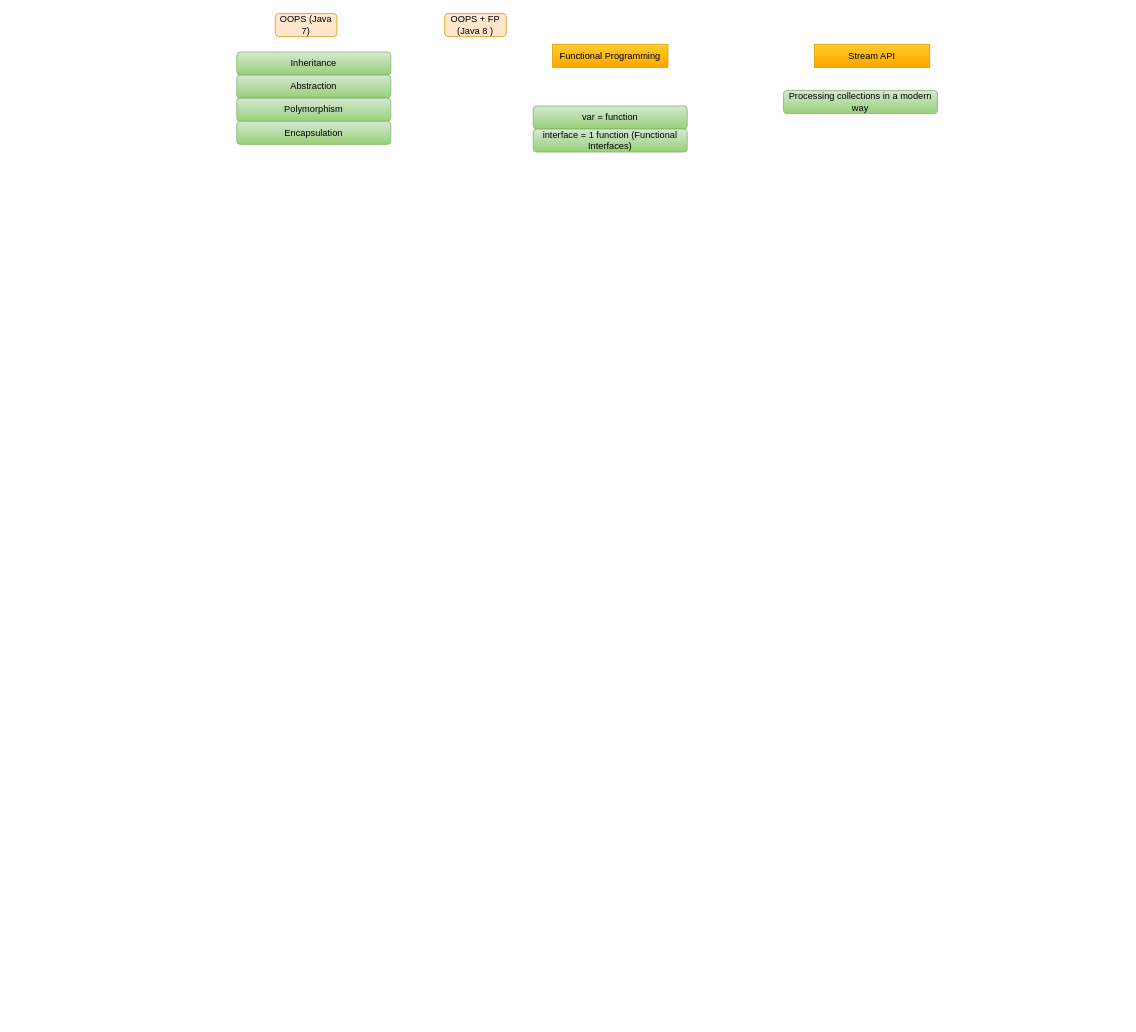
The draw.io diagram page "java 8" (11 of 11) of java/diagrams/java-workflow.drawio in aukokyong/jfs-master, before the edit. Source tidied: cells renumbered, new cells numbered last; positions are measured from the earlier drawing's top-left corner, leaving out a move shared by most shapes. Both pictures are drawn from the tidied source at 77%, with x=0, y=0 at pixel (236, 13).
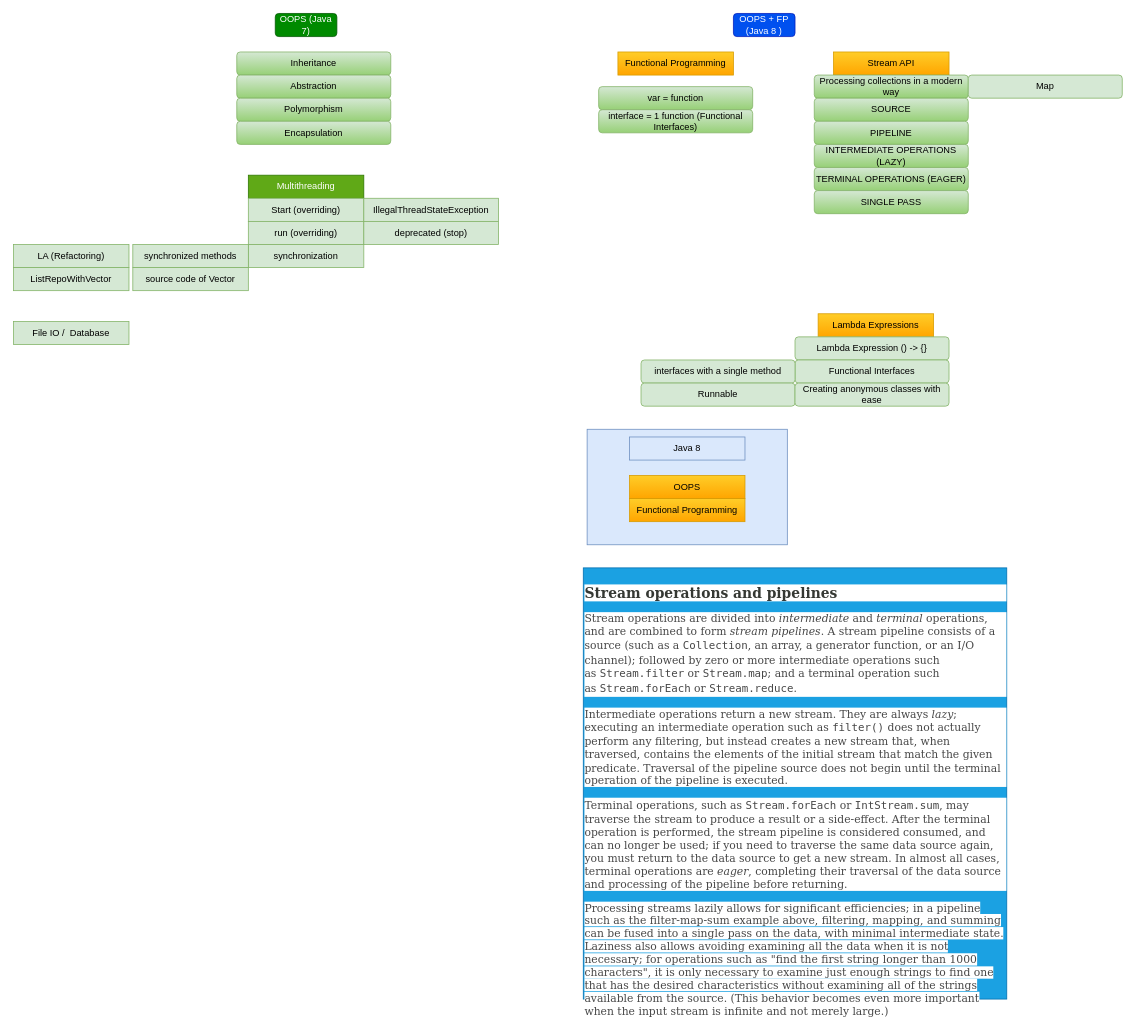
The same page after the edit.

What changed in the source:
```diff
@@
-    <mxCell id="2" value="OOPS (Java 7)" style="rounded=1;whiteSpace=wrap;html=1;fillColor=#ffe6cc;strokeColor=#d79b00;" parent="1" vertex="1">
+    <mxCell id="2" value="OOPS (Java 7)" style="rounded=1;whiteSpace=wrap;html=1;fillColor=#008a00;strokeColor=#005700;fontColor=#ffffff;" parent="1" vertex="1">
       <mxGeometry x="50" width="80" height="30" as="geometry" />
     </mxCell>
@@
-    <mxCell id="7" value="OOPS + FP (Java 8 )" style="rounded=1;whiteSpace=wrap;html=1;fillColor=#ffe6cc;strokeColor=#d79b00;" parent="1" vertex="1">
-      <mxGeometry x="270" width="80" height="30" as="geometry" />
+    <mxCell id="7" value="OOPS + FP (Java 8 )" style="rounded=1;whiteSpace=wrap;html=1;fillColor=#0050ef;strokeColor=#001DBC;fontColor=#ffffff;" parent="1" vertex="1">
+      <mxGeometry x="645" width="80" height="30" as="geometry" />
     </mxCell>
     <mxCell id="8" value="Functional Programming" style="rounded=0;whiteSpace=wrap;html=1;gradientColor=#ffa500;fillColor=#ffcd28;strokeColor=#d79b00;" parent="1" vertex="1">
-      <mxGeometry x="410" y="40" width="150" height="30" as="geometry" />
+      <mxGeometry x="495" y="50" width="150" height="30" as="geometry" />
     </mxCell>
     <mxCell id="9" value="var = function" style="rounded=1;whiteSpace=wrap;html=1;fillColor=#d5e8d4;strokeColor=#82b366;gradientColor=#97d077;" parent="1" vertex="1">
-      <mxGeometry x="385" y="120" width="200" height="30" as="geometry" />
+      <mxGeometry x="470" y="95" width="200" height="30" as="geometry" />
     </mxCell>
     <mxCell id="10" value="interface = 1 function (Functional Interfaces)" style="rounded=1;whiteSpace=wrap;html=1;fillColor=#d5e8d4;strokeColor=#82b366;gradientColor=#97d077;" parent="1" vertex="1">
-      <mxGeometry x="385" y="150" width="200" height="30" as="geometry" />
+      <mxGeometry x="470" y="125" width="200" height="30" as="geometry" />
     </mxCell>
     <mxCell id="11" value="Stream API" style="rounded=0;whiteSpace=wrap;html=1;gradientColor=#ffa500;fillColor=#ffcd28;strokeColor=#d79b00;" parent="1" vertex="1">
-      <mxGeometry x="750" y="40" width="150" height="30" as="geometry" />
+      <mxGeometry x="775" y="50" width="150" height="30" as="geometry" />
     </mxCell>
     <mxCell id="12" value="Processing collections in a modern way" style="rounded=1;whiteSpace=wrap;html=1;fillColor=#d5e8d4;strokeColor=#82b366;gradientColor=#97d077;" parent="1" vertex="1">
-      <mxGeometry x="710" y="100" width="200" height="30" as="geometry" />
+      <mxGeometry x="750" y="80" width="200" height="30" as="geometry" />
     </mxCell>
+    <mxCell id="13" style="rounded=0;whiteSpace=wrap;html=1;fillColor=#dae8fc;strokeColor=#6c8ebf;" parent="1" vertex="1">
+      <mxGeometry x="455" y="540" width="260" height="150" as="geometry" />
+    </mxCell>
+    <mxCell id="14" value="Functional Programming" style="rounded=0;whiteSpace=wrap;html=1;gradientColor=#ffa500;fillColor=#ffcd28;strokeColor=#d79b00;" parent="1" vertex="1">
+      <mxGeometry x="510" y="630" width="150" height="30" as="geometry" />
+    </mxCell>
+    <mxCell id="15" value="OOPS" style="rounded=0;whiteSpace=wrap;html=1;gradientColor=#ffa500;fillColor=#ffcd28;strokeColor=#d79b00;" parent="1" vertex="1">
+      <mxGeometry x="510" y="600" width="150" height="30" as="geometry" />
+    </mxCell>
+    <mxCell id="16" value="Java 8" style="rounded=0;whiteSpace=wrap;html=1;fillColor=#dae8fc;strokeColor=#6c8ebf;" parent="1" vertex="1">
+      <mxGeometry x="510" y="550" width="150" height="30" as="geometry" />
+    </mxCell>
+    <mxCell id="17" value="Lambda Expressions" style="rounded=0;whiteSpace=wrap;html=1;gradientColor=#ffa500;fillColor=#ffcd28;strokeColor=#d79b00;" parent="1" vertex="1">
+      <mxGeometry x="755" y="390" width="150" height="30" as="geometry" />
+    </mxCell>
+    <mxCell id="18" value="Map" style="rounded=1;whiteSpace=wrap;html=1;fillColor=#d5e8d4;strokeColor=#82b366;" parent="1" vertex="1">
+      <mxGeometry x="950" y="80" width="200" height="30" as="geometry" />
+    </mxCell>
+    <mxCell id="19" value="Lambda Expression () -&amp;gt; {}" style="rounded=1;whiteSpace=wrap;html=1;fillColor=#d5e8d4;strokeColor=#82b366;" parent="1" vertex="1">
+      <mxGeometry x="725" y="420" width="200" height="30" as="geometry" />
+    </mxCell>
+    <mxCell id="20" value="Functional Interfaces" style="rounded=1;whiteSpace=wrap;html=1;fillColor=#d5e8d4;strokeColor=#82b366;" parent="1" vertex="1">
+      <mxGeometry x="725" y="450" width="200" height="30" as="geometry" />
+    </mxCell>
+    <mxCell id="21" value="interfaces with a single method" style="rounded=1;whiteSpace=wrap;html=1;fillColor=#d5e8d4;strokeColor=#82b366;" parent="1" vertex="1">
+      <mxGeometry x="525" y="450" width="200" height="30" as="geometry" />
+    </mxCell>
+    <mxCell id="22" value="Runnable" style="rounded=1;whiteSpace=wrap;html=1;fillColor=#d5e8d4;strokeColor=#82b366;" parent="1" vertex="1">
+      <mxGeometry x="525" y="480" width="200" height="30" as="geometry" />
+    </mxCell>
+    <mxCell id="23" value="Creating anonymous classes with ease" style="rounded=1;whiteSpace=wrap;html=1;fillColor=#d5e8d4;strokeColor=#82b366;" parent="1" vertex="1">
+      <mxGeometry x="725" y="480" width="200" height="30" as="geometry" />
+    </mxCell>
+    <mxCell id="24" value="Multithreading" style="rounded=0;whiteSpace=wrap;html=1;fillColor=#60a917;strokeColor=#2D7600;fontColor=#ffffff;" parent="1" vertex="1">
+      <mxGeometry x="15" y="210" width="150" height="30" as="geometry" />
+    </mxCell>
+    <mxCell id="25" value="Start (overriding)" style="rounded=0;whiteSpace=wrap;html=1;fillColor=#d5e8d4;strokeColor=#82b366;" parent="1" vertex="1">
+      <mxGeometry x="15" y="240" width="150" height="30" as="geometry" />
+    </mxCell>
+    <mxCell id="26" value="run (overriding)" style="rounded=0;whiteSpace=wrap;html=1;fillColor=#d5e8d4;strokeColor=#82b366;" parent="1" vertex="1">
+      <mxGeometry x="15" y="270" width="150" height="30" as="geometry" />
+    </mxCell>
+    <mxCell id="27" value="IllegalThreadStateException" style="rounded=0;whiteSpace=wrap;html=1;fillColor=#d5e8d4;strokeColor=#82b366;" parent="1" vertex="1">
+      <mxGeometry x="165" y="240" width="175" height="30" as="geometry" />
+    </mxCell>
+    <mxCell id="28" value="deprecated (stop)" style="rounded=0;whiteSpace=wrap;html=1;fillColor=#d5e8d4;strokeColor=#82b366;" parent="1" vertex="1">
+      <mxGeometry x="165" y="270" width="175" height="30" as="geometry" />
+    </mxCell>
+    <mxCell id="29" value="synchronization" style="rounded=0;whiteSpace=wrap;html=1;fillColor=#d5e8d4;strokeColor=#82b366;" parent="1" vertex="1">
+      <mxGeometry x="15" y="300" width="150" height="30" as="geometry" />
+    </mxCell>
+    <mxCell id="30" value="synchronized methods" style="rounded=0;whiteSpace=wrap;html=1;fillColor=#d5e8d4;strokeColor=#82b366;" parent="1" vertex="1">
+      <mxGeometry x="-135" y="300" width="150" height="30" as="geometry" />
+    </mxCell>
+    <mxCell id="31" value="source code of Vector" style="rounded=0;whiteSpace=wrap;html=1;fillColor=#d5e8d4;strokeColor=#82b366;" parent="1" vertex="1">
+      <mxGeometry x="-135" y="330" width="150" height="30" as="geometry" />
+    </mxCell>
+    <mxCell id="32" value="LA (Refactoring)" style="rounded=0;whiteSpace=wrap;html=1;fillColor=#d5e8d4;strokeColor=#82b366;" parent="1" vertex="1">
+      <mxGeometry x="-290" y="300" width="150" height="30" as="geometry" />
+    </mxCell>
+    <mxCell id="33" value="ListRepoWithVector" style="rounded=0;whiteSpace=wrap;html=1;fillColor=#d5e8d4;strokeColor=#82b366;" parent="1" vertex="1">
+      <mxGeometry x="-290" y="330" width="150" height="30" as="geometry" />
+    </mxCell>
+    <mxCell id="34" value="File IO /&amp;nbsp; Database" style="rounded=0;whiteSpace=wrap;html=1;fillColor=#d5e8d4;strokeColor=#82b366;" parent="1" vertex="1">
+      <mxGeometry x="-290" y="400" width="150" height="30" as="geometry" />
+    </mxCell>
+    <mxCell id="35" value="&lt;h2 style=&quot;font-size: 18px ; color: rgb(71 , 71 , 71) ; font-family: &amp;#34;dejavu serif&amp;#34; , &amp;#34;georgia&amp;#34; , &amp;#34;times new roman&amp;#34; , &amp;#34;times&amp;#34; , serif ; font-style: normal ; letter-spacing: normal ; text-indent: 0px ; text-transform: none ; word-spacing: 0px ; background-color: rgb(255 , 255 , 255)&quot;&gt;&lt;a name=&quot;StreamOps&quot; style=&quot;color: rgb(53 , 56 , 51)&quot;&gt;Stream operations and pipelines&lt;/a&gt;&lt;/h2&gt;&lt;p style=&quot;color: rgb(71 , 71 , 71) ; font-family: &amp;#34;dejavu serif&amp;#34; , &amp;#34;georgia&amp;#34; , &amp;#34;times new roman&amp;#34; , &amp;#34;times&amp;#34; , serif ; font-size: 14px ; font-style: normal ; font-weight: 400 ; letter-spacing: normal ; text-indent: 0px ; text-transform: none ; word-spacing: 0px ; background-color: rgb(255 , 255 , 255)&quot;&gt;Stream operations are divided into&lt;span&gt;&amp;nbsp;&lt;/span&gt;&lt;em&gt;intermediate&lt;/em&gt;&lt;span&gt;&amp;nbsp;&lt;/span&gt;and&lt;span&gt;&amp;nbsp;&lt;/span&gt;&lt;em&gt;terminal&lt;/em&gt;&lt;span&gt;&amp;nbsp;&lt;/span&gt;operations, and are combined to form&lt;span&gt;&amp;nbsp;&lt;/span&gt;&lt;em&gt;stream pipelines&lt;/em&gt;. A stream pipeline consists of a source (such as a&lt;span&gt;&amp;nbsp;&lt;/span&gt;&lt;code style=&quot;font-family: &amp;#34;dejavu sans mono&amp;#34; , monospace ; font-size: 14px ; padding-top: 4px ; margin-top: 8px ; line-height: 1.4em&quot;&gt;Collection&lt;/code&gt;, an array, a generator function, or an I/O channel); followed by zero or more intermediate operations such as&lt;span&gt;&amp;nbsp;&lt;/span&gt;&lt;code style=&quot;font-family: &amp;#34;dejavu sans mono&amp;#34; , monospace ; font-size: 14px ; padding-top: 4px ; margin-top: 8px ; line-height: 1.4em&quot;&gt;Stream.filter&lt;/code&gt;&lt;span&gt;&amp;nbsp;&lt;/span&gt;or&lt;span&gt;&amp;nbsp;&lt;/span&gt;&lt;code style=&quot;font-family: &amp;#34;dejavu sans mono&amp;#34; , monospace ; font-size: 14px ; padding-top: 4px ; margin-top: 8px ; line-height: 1.4em&quot;&gt;Stream.map&lt;/code&gt;; and a terminal operation such as&lt;span&gt;&amp;nbsp;&lt;/span&gt;&lt;code style=&quot;font-family: &amp;#34;dejavu sans mono&amp;#34; , monospace ; font-size: 14px ; padding-top: 4px ; margin-top: 8px ; line-height: 1.4em&quot;&gt;Stream.forEach&lt;/code&gt;&lt;span&gt;&amp;nbsp;&lt;/span&gt;or&lt;span&gt;&amp;nbsp;&lt;/span&gt;&lt;code style=&quot;font-family: &amp;#34;dejavu sans mono&amp;#34; , monospace ; font-size: 14px ; padding-top: 4px ; margin-top: 8px ; line-height: 1.4em&quot;&gt;Stream.reduce&lt;/code&gt;.&lt;/p&gt;&lt;p style=&quot;color: rgb(71 , 71 , 71) ; font-family: &amp;#34;dejavu serif&amp;#34; , &amp;#34;georgia&amp;#34; , &amp;#34;times new roman&amp;#34; , &amp;#34;times&amp;#34; , serif ; font-size: 14px ; font-style: normal ; font-weight: 400 ; letter-spacing: normal ; text-indent: 0px ; text-transform: none ; word-spacing: 0px ; background-color: rgb(255 , 255 , 255)&quot;&gt;Intermediate operations return a new stream. They are always&lt;span&gt;&amp;nbsp;&lt;/span&gt;&lt;em&gt;lazy&lt;/em&gt;; executing an intermediate operation such as&lt;span&gt;&amp;nbsp;&lt;/span&gt;&lt;code style=&quot;font-family: &amp;#34;dejavu sans mono&amp;#34; , monospace ; font-size: 14px ; padding-top: 4px ; margin-top: 8px ; line-height: 1.4em&quot;&gt;filter()&lt;/code&gt;&lt;span&gt;&amp;nbsp;&lt;/span&gt;does not actually perform any filtering, but instead creates a new stream that, when traversed, contains the elements of the initial stream that match the given predicate. Traversal of the pipeline source does not begin until the terminal operation of the pipeline is executed.&lt;/p&gt;&lt;p style=&quot;color: rgb(71 , 71 , 71) ; font-family: &amp;#34;dejavu serif&amp;#34; , &amp;#34;georgia&amp;#34; , &amp;#34;times new roman&amp;#34; , &amp;#34;times&amp;#34; , serif ; font-size: 14px ; font-style: normal ; font-weight: 400 ; letter-spacing: normal ; text-indent: 0px ; text-transform: none ; word-spacing: 0px ; background-color: rgb(255 , 255 , 255)&quot;&gt;Terminal operations, such as&lt;span&gt;&amp;nbsp;&lt;/span&gt;&lt;code style=&quot;font-family: &amp;#34;dejavu sans mono&amp;#34; , monospace ; font-size: 14px ; padding-top: 4px ; margin-top: 8px ; line-height: 1.4em&quot;&gt;Stream.forEach&lt;/code&gt;&lt;span&gt;&amp;nbsp;&lt;/span&gt;or&lt;span&gt;&amp;nbsp;&lt;/span&gt;&lt;code style=&quot;font-family: &amp;#34;dejavu sans mono&amp;#34; , monospace ; font-size: 14px ; padding-top: 4px ; margin-top: 8px ; line-height: 1.4em&quot;&gt;IntStream.sum&lt;/code&gt;, may traverse the stream to produce a result or a side-effect. After the terminal operation is performed, the stream pipeline is considered consumed, and can no longer be used; if you need to traverse the same data source again, you must return to the data source to get a new stream. In almost all cases, terminal operations are&lt;span&gt;&amp;nbsp;&lt;/span&gt;&lt;em&gt;eager&lt;/em&gt;, completing their traversal of the data source and processing of the pipeline before returning.&amp;nbsp;&lt;/p&gt;&lt;span style=&quot;color: rgb(71 , 71 , 71) ; font-family: &amp;#34;dejavu serif&amp;#34; , &amp;#34;georgia&amp;#34; , &amp;#34;times new roman&amp;#34; , &amp;#34;times&amp;#34; , serif ; font-size: 14px ; background-color: rgb(255 , 255 , 255)&quot;&gt;Processing streams lazily allows for significant efficiencies; in a pipeline such as the filter-map-sum example above, filtering, mapping, and summing can be fused into a single pass on the data, with minimal intermediate state. Laziness also allows avoiding examining all the data when it is not necessary; for operations such as &quot;find the first string longer than 1000 characters&quot;, it is only necessary to examine just enough strings to find one that has the desired characteristics without examining all of the strings available from the source. (This behavior becomes even more important when the input stream is infinite and not merely large.)&lt;/span&gt;" style="text;whiteSpace=wrap;html=1;fillColor=#1ba1e2;strokeColor=#006EAF;fontColor=#ffffff;" parent="1" vertex="1">
+      <mxGeometry x="450" y="720" width="550" height="560" as="geometry" />
+    </mxCell>
+    <mxCell id="36" value="SOURCE" style="rounded=1;whiteSpace=wrap;html=1;fillColor=#d5e8d4;strokeColor=#82b366;gradientColor=#97d077;" parent="1" vertex="1">
+      <mxGeometry x="750" y="110" width="200" height="30" as="geometry" />
+    </mxCell>
+    <mxCell id="37" value="PIPELINE" style="rounded=1;whiteSpace=wrap;html=1;fillColor=#d5e8d4;strokeColor=#82b366;gradientColor=#97d077;" parent="1" vertex="1">
+      <mxGeometry x="750" y="140" width="200" height="30" as="geometry" />
+    </mxCell>
+    <mxCell id="38" value="&lt;div&gt;INTERMEDIATE OPERATIONS (LAZY)&lt;/div&gt;" style="rounded=1;whiteSpace=wrap;html=1;fillColor=#d5e8d4;strokeColor=#82b366;gradientColor=#97d077;" parent="1" vertex="1">
+      <mxGeometry x="750" y="170" width="200" height="30" as="geometry" />
+    </mxCell>
+    <mxCell id="39" value="&lt;div&gt;TERMINAL OPERATIONS (EAGER)&lt;/div&gt;" style="rounded=1;whiteSpace=wrap;html=1;fillColor=#d5e8d4;strokeColor=#82b366;gradientColor=#97d077;" parent="1" vertex="1">
+      <mxGeometry x="750" y="200" width="200" height="30" as="geometry" />
+    </mxCell>
+    <mxCell id="40" value="&lt;div&gt;SINGLE PASS&lt;/div&gt;" style="rounded=1;whiteSpace=wrap;html=1;fillColor=#d5e8d4;strokeColor=#82b366;gradientColor=#97d077;" parent="1" vertex="1">
+      <mxGeometry x="750" y="230" width="200" height="30" as="geometry" />
+    </mxCell>
```
